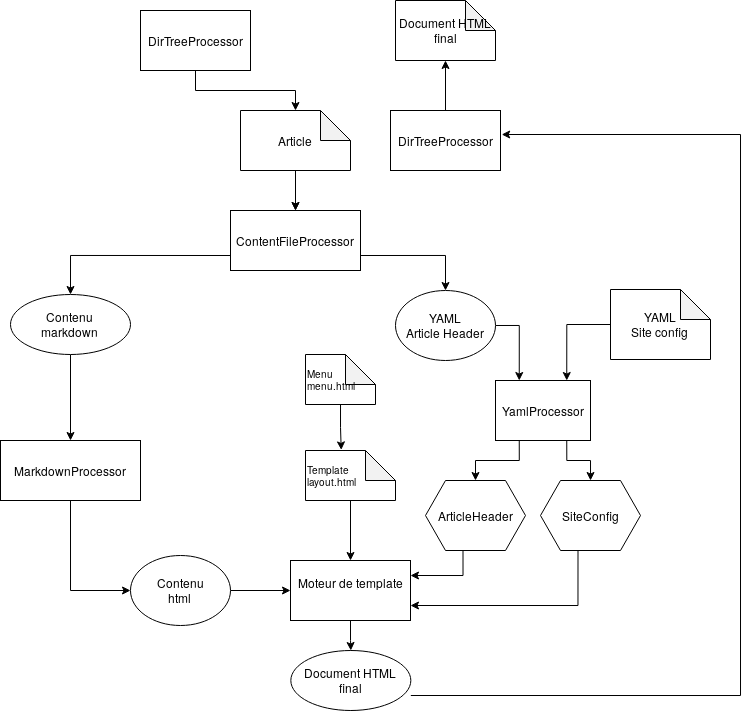
This is pics/Template_workflow.png from gen-classroom/projet-godi_issolah_jaccard_thullen, a draw.io export, as it was before one commit. Source tidied: cells renumbered, new cells last; positions are measured from the earlier drawing's top-left corner, leaving out a move shared by most shapes.
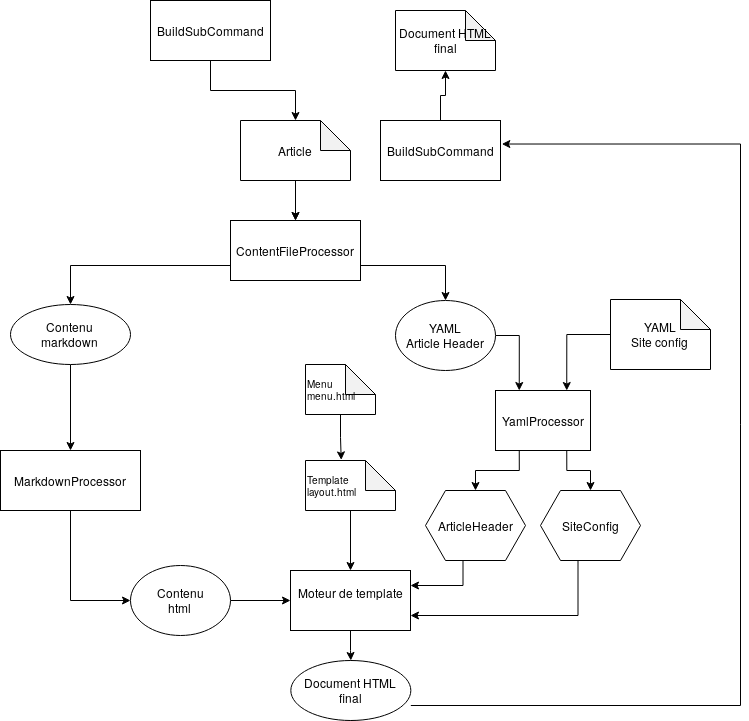
The same file after the commit.

Commit message:
update diagrams; remove DIreTreeProcessor

Change to the diagram source:
```diff
@@ -86,8 +86,8 @@
     <mxCell id="27" style="edgeStyle=orthogonalEdgeStyle;rounded=0;jettySize=auto;html=1;exitX=0.5;exitY=1;exitDx=0;exitDy=0;entryX=0.5;entryY=0;entryDx=0;entryDy=0;entryPerimeter=0;" parent="1" edge="1" source="28" target="24">
       <mxGeometry relative="1" as="geometry" />
     </mxCell>
-    <mxCell id="28" value="DirTreeProcessor" style="rounded=0;whiteSpace=wrap;html=1;" parent="1" vertex="1">
-      <mxGeometry x="140" y="10" width="110" height="60" as="geometry" />
+    <mxCell id="28" value="&lt;div&gt;BuildSubCommand&lt;/div&gt;" style="rounded=0;whiteSpace=wrap;html=1;" parent="1" vertex="1">
+      <mxGeometry x="150" y="-10" width="120" height="60" as="geometry" />
     </mxCell>
     <mxCell id="29" style="edgeStyle=orthogonalEdgeStyle;rounded=0;jettySize=auto;html=1;exitX=0.375;exitY=1;exitDx=0;exitDy=0;entryX=1;entryY=0.25;entryDx=0;entryDy=0;" parent="1" edge="1" source="30" target="10">
       <mxGeometry relative="1" as="geometry" />
@@ -104,8 +104,8 @@
     <mxCell id="33" style="edgeStyle=orthogonalEdgeStyle;rounded=0;jettySize=auto;html=1;exitX=0.5;exitY=0;exitDx=0;exitDy=0;" parent="1" edge="1" source="34" target="35">
       <mxGeometry relative="1" as="geometry" />
     </mxCell>
-    <mxCell id="34" value="DirTreeProcessor" style="rounded=0;whiteSpace=wrap;html=1;" parent="1" vertex="1">
-      <mxGeometry x="390" y="110" width="110" height="60" as="geometry" />
+    <mxCell id="34" value="BuildSubCommand" style="rounded=0;whiteSpace=wrap;html=1;" parent="1" vertex="1">
+      <mxGeometry x="380" y="110" width="120" height="60" as="geometry" />
     </mxCell>
     <mxCell id="35" value="&lt;div&gt;Document HTML&lt;/div&gt;&lt;div&gt;final&lt;/div&gt;" style="shape=note;whiteSpace=wrap;html=1;backgroundOutline=1;darkOpacity=0.05;fontFamily=Helvetica;fontSize=12;fontColor=#000000;align=center;strokeColor=#000000;fillColor=#ffffff;" parent="1" vertex="1">
       <mxGeometry x="395" width="100" height="60" as="geometry" />
```
